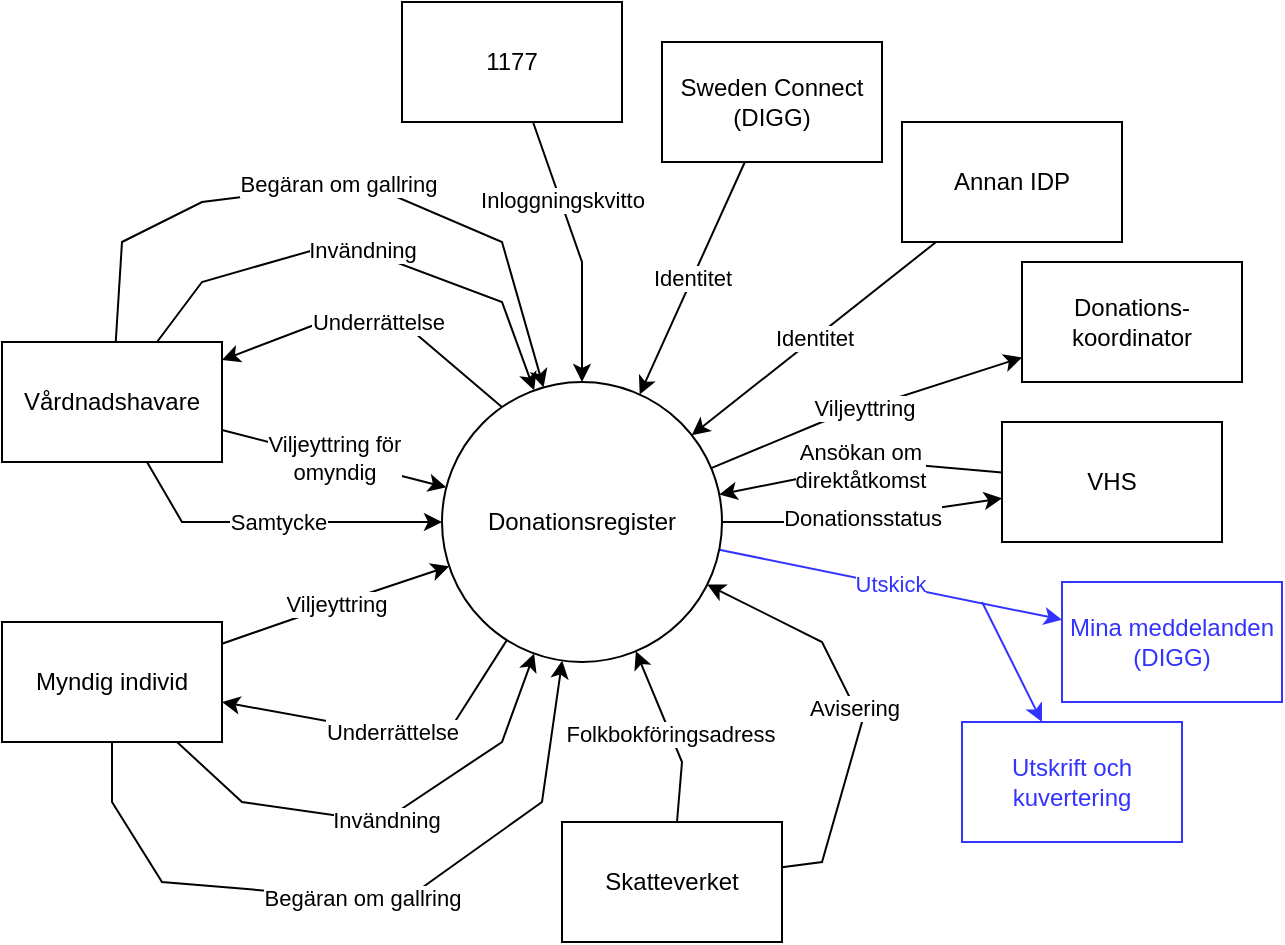
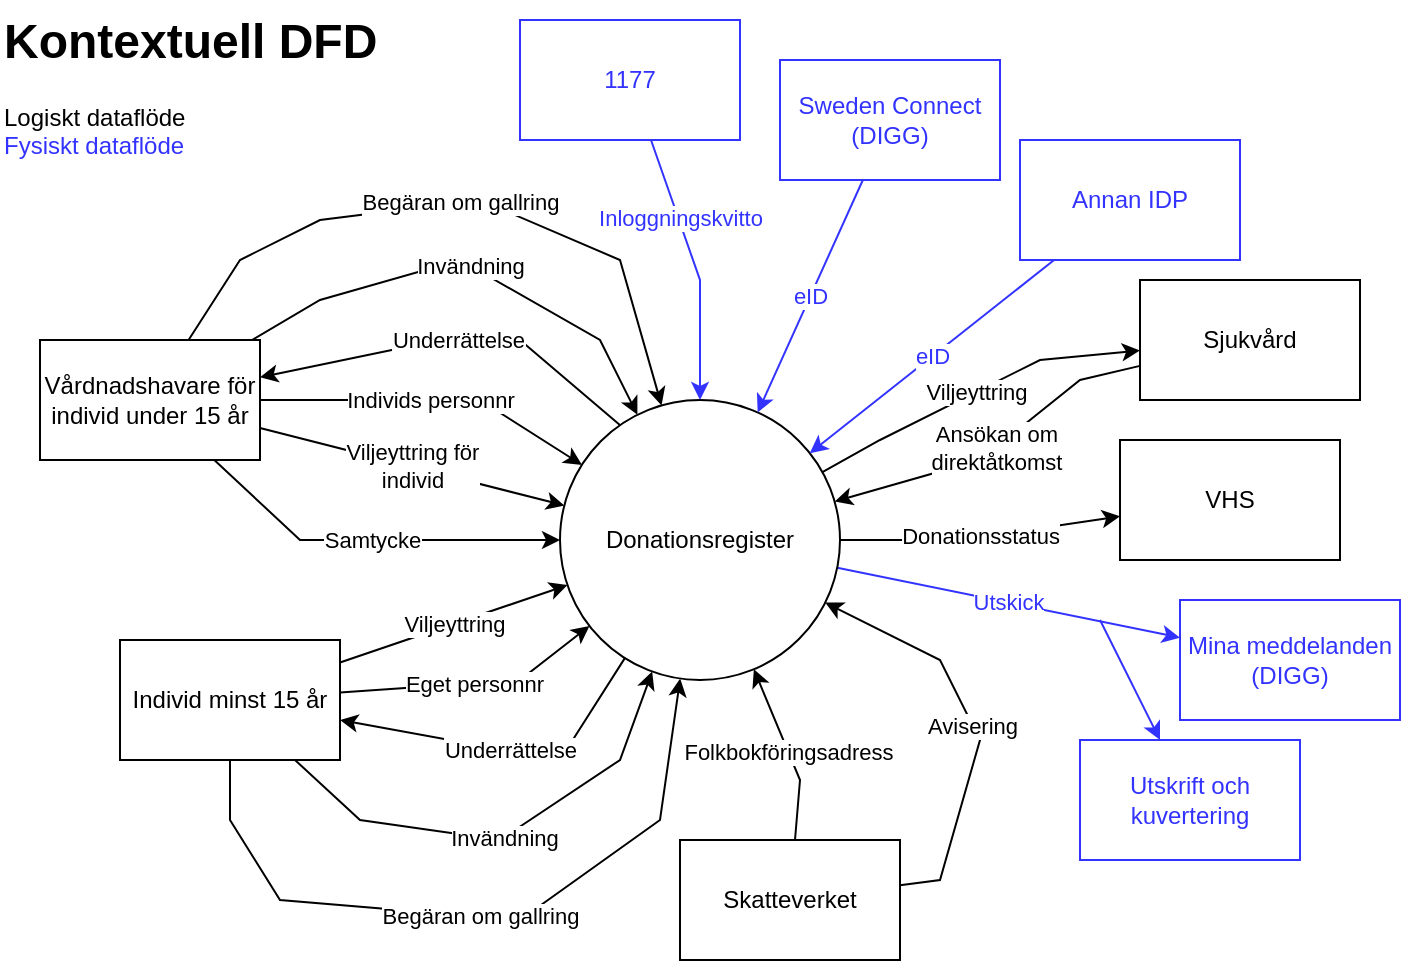
<mxfile host="app.diagrams.net">
  <diagram name="Sida-1" id="F3DC_KPKV7Cfi4B8QXFW">
-     <mxGraphModel dx="945" dy="534" grid="1" gridSize="10" guides="1" tooltips="1" connect="1" arrows="1" fold="1" page="1" pageScale="1" pageWidth="1654" pageHeight="1169" math="0" shadow="0">
+     <mxGraphModel dx="945" dy="534" grid="1" gridSize="10" guides="1" tooltips="1" connect="1" arrows="1" fold="1" page="1" pageScale="1" pageWidth="827" pageHeight="1169" math="0" shadow="0">
      <root>
        <mxCell id="0" />
        <mxCell id="1" parent="0" />
        <mxCell id="8-SjN_EHFgN-SorVCnXN-8" edge="1" parent="1" source="8-SjN_EHFgN-SorVCnXN-1" style="edgeStyle=none;shape=connector;rounded=0;orthogonalLoop=1;jettySize=auto;html=1;strokeColor=default;align=center;verticalAlign=middle;fontFamily=Helvetica;fontSize=11;fontColor=default;labelBackgroundColor=default;endArrow=classic;exitX=0.238;exitY=0.11;exitDx=0;exitDy=0;exitPerimeter=0;" target="8-SjN_EHFgN-SorVCnXN-2" value="Underrättelse">
          <mxGeometry relative="1" as="geometry">
            <Array as="points">
-               <mxPoint x="270" y="300" />
-               <mxPoint x="230" y="300" />
+               <mxPoint x="300" y="210" />
+               <mxPoint x="260" y="210" />
            </Array>
          </mxGeometry>
        </mxCell>
        <mxCell id="8-SjN_EHFgN-SorVCnXN-9" edge="1" parent="1" source="8-SjN_EHFgN-SorVCnXN-1" style="edgeStyle=none;shape=connector;rounded=0;orthogonalLoop=1;jettySize=auto;html=1;strokeColor=default;align=center;verticalAlign=middle;fontFamily=Helvetica;fontSize=11;fontColor=default;labelBackgroundColor=default;endArrow=classic;" target="8-SjN_EHFgN-SorVCnXN-4" value="Underrättelse">
          <mxGeometry relative="1" as="geometry">
            <Array as="points">
-               <mxPoint x="290" y="510" />
+               <mxPoint x="320" y="420" />
            </Array>
          </mxGeometry>
        </mxCell>
        <mxCell id="vmO4fVELBJI4xzzginw8-5" edge="1" parent="1" source="8-SjN_EHFgN-SorVCnXN-1" style="edgeStyle=none;shape=connector;rounded=0;orthogonalLoop=1;jettySize=auto;html=1;strokeColor=default;align=center;verticalAlign=middle;fontFamily=Helvetica;fontSize=11;fontColor=default;labelBackgroundColor=default;endArrow=classic;" target="vmO4fVELBJI4xzzginw8-4" value="Donationsstatus">
          <mxGeometry relative="1" as="geometry">
            <Array as="points">
-               <mxPoint x="490" y="400" />
+               <mxPoint x="520" y="310" />
            </Array>
          </mxGeometry>
        </mxCell>
        <mxCell id="vmO4fVELBJI4xzzginw8-6" edge="1" parent="1" source="8-SjN_EHFgN-SorVCnXN-1" style="edgeStyle=none;shape=connector;rounded=0;orthogonalLoop=1;jettySize=auto;html=1;strokeColor=default;align=center;verticalAlign=middle;fontFamily=Helvetica;fontSize=11;fontColor=default;labelBackgroundColor=default;endArrow=classic;" target="vmO4fVELBJI4xzzginw8-3" value="Viljeyttring">
          <mxGeometry relative="1" as="geometry">
            <Array as="points">
-               <mxPoint x="480" y="350" />
+               <mxPoint x="480" y="260" />
+               <mxPoint x="560" y="220" />
            </Array>
          </mxGeometry>
        </mxCell>
        <mxCell id="vmO4fVELBJI4xzzginw8-18" edge="1" parent="1" source="8-SjN_EHFgN-SorVCnXN-1" style="edgeStyle=none;shape=connector;rounded=0;orthogonalLoop=1;jettySize=auto;html=1;strokeColor=#3333FF;align=center;verticalAlign=middle;fontFamily=Helvetica;fontSize=11;fontColor=#3333FF;labelBackgroundColor=default;endArrow=classic;" target="vmO4fVELBJI4xzzginw8-14" value="Utskick">
          <mxGeometry relative="1" as="geometry" />
        </mxCell>
        <mxCell id="vmO4fVELBJI4xzzginw8-19" edge="1" parent="1" style="edgeStyle=none;shape=connector;rounded=0;orthogonalLoop=1;jettySize=auto;html=1;strokeColor=#3333FF;align=center;verticalAlign=middle;fontFamily=Helvetica;fontSize=11;fontColor=#3333FF;labelBackgroundColor=default;endArrow=classic;" target="vmO4fVELBJI4xzzginw8-17">
          <mxGeometry relative="1" as="geometry">
-             <mxPoint x="560" y="440" as="sourcePoint" />
+             <mxPoint x="590" y="350" as="sourcePoint" />
          </mxGeometry>
        </mxCell>
        <mxCell id="8-SjN_EHFgN-SorVCnXN-1" parent="1" style="ellipse;whiteSpace=wrap;html=1;aspect=fixed;" value="Donationsregister" vertex="1">
-           <mxGeometry height="140" width="140" x="290" y="330" as="geometry" />
+           <mxGeometry height="140" width="140" x="320" y="240" as="geometry" />
        </mxCell>
-         <mxCell id="8-SjN_EHFgN-SorVCnXN-5" edge="1" parent="1" source="8-SjN_EHFgN-SorVCnXN-2" style="rounded=0;orthogonalLoop=1;jettySize=auto;html=1;strokeColor=default;align=center;verticalAlign=middle;fontFamily=Helvetica;fontSize=11;fontColor=default;labelBackgroundColor=default;endArrow=classic;" target="8-SjN_EHFgN-SorVCnXN-1" value="Viljeyttring för&lt;div&gt;omyndig&lt;/div&gt;">
+         <mxCell id="8-SjN_EHFgN-SorVCnXN-5" edge="1" parent="1" source="8-SjN_EHFgN-SorVCnXN-2" style="rounded=0;orthogonalLoop=1;jettySize=auto;html=1;strokeColor=default;align=center;verticalAlign=middle;fontFamily=Helvetica;fontSize=11;fontColor=default;labelBackgroundColor=default;endArrow=classic;" target="8-SjN_EHFgN-SorVCnXN-1" value="Viljeyttring för&lt;div&gt;individ&lt;/div&gt;">
          <mxGeometry relative="1" as="geometry" />
        </mxCell>
        <mxCell id="vmO4fVELBJI4xzzginw8-1" edge="1" parent="1" source="8-SjN_EHFgN-SorVCnXN-2" style="edgeStyle=none;shape=connector;rounded=0;orthogonalLoop=1;jettySize=auto;html=1;strokeColor=default;align=center;verticalAlign=middle;fontFamily=Helvetica;fontSize=11;fontColor=default;labelBackgroundColor=default;endArrow=classic;curved=0;" target="8-SjN_EHFgN-SorVCnXN-1" value="Invändning">
          <mxGeometry relative="1" as="geometry">
            <Array as="points">
-               <mxPoint x="170" y="280" />
-               <mxPoint x="240" y="260" />
-               <mxPoint x="320" y="290" />
+               <mxPoint x="200" y="190" />
+               <mxPoint x="270" y="170" />
+               <mxPoint x="340" y="210" />
            </Array>
          </mxGeometry>
        </mxCell>
        <mxCell id="vmO4fVELBJI4xzzginw8-29" edge="1" parent="1" source="8-SjN_EHFgN-SorVCnXN-2" style="edgeStyle=none;shape=connector;rounded=0;orthogonalLoop=1;jettySize=auto;html=1;strokeColor=default;align=center;verticalAlign=middle;fontFamily=Helvetica;fontSize=11;fontColor=default;labelBackgroundColor=default;endArrow=classic;" target="8-SjN_EHFgN-SorVCnXN-1" value="Samtycke">
          <mxGeometry relative="1" as="geometry">
            <Array as="points">
-               <mxPoint x="160" y="400" />
+               <mxPoint x="190" y="310" />
            </Array>
          </mxGeometry>
        </mxCell>
        <mxCell id="vmO4fVELBJI4xzzginw8-31" edge="1" parent="1" source="8-SjN_EHFgN-SorVCnXN-2" style="edgeStyle=none;shape=connector;rounded=0;orthogonalLoop=1;jettySize=auto;html=1;strokeColor=default;align=center;verticalAlign=middle;fontFamily=Helvetica;fontSize=11;fontColor=default;labelBackgroundColor=default;endArrow=classic;" target="8-SjN_EHFgN-SorVCnXN-1" value="Begäran om gallring">
          <mxGeometry relative="1" as="geometry">
            <Array as="points">
-               <mxPoint x="130" y="260" />
-               <mxPoint x="170" y="240" />
-               <mxPoint x="250" y="230" />
-               <mxPoint x="320" y="260" />
+               <mxPoint x="160" y="170" />
+               <mxPoint x="200" y="150" />
+               <mxPoint x="280" y="140" />
+               <mxPoint x="350" y="170" />
            </Array>
          </mxGeometry>
        </mxCell>
-         <mxCell id="8-SjN_EHFgN-SorVCnXN-2" parent="1" style="rounded=0;whiteSpace=wrap;html=1;" value="Vårdnadshavare" vertex="1">
-           <mxGeometry height="60" width="110" x="70" y="310" as="geometry" />
+         <mxCell id="8-SjN_EHFgN-SorVCnXN-2" parent="1" style="rounded=0;whiteSpace=wrap;html=1;" value="Vårdnadshavare för individ under 15 år" vertex="1">
+           <mxGeometry height="60" width="110" x="60" y="210" as="geometry" />
        </mxCell>
        <mxCell id="8-SjN_EHFgN-SorVCnXN-7" edge="1" parent="1" source="8-SjN_EHFgN-SorVCnXN-4" style="shape=connector;rounded=0;orthogonalLoop=1;jettySize=auto;html=1;strokeColor=default;align=center;verticalAlign=middle;fontFamily=Helvetica;fontSize=11;fontColor=default;labelBackgroundColor=default;endArrow=classic;" target="8-SjN_EHFgN-SorVCnXN-1" value="Viljeyttring">
          <mxGeometry relative="1" as="geometry">
-             <Array as="points">
-               <mxPoint x="240" y="440" />
-             </Array>
+             <Array as="points" />
          </mxGeometry>
        </mxCell>
        <mxCell id="vmO4fVELBJI4xzzginw8-2" edge="1" parent="1" source="8-SjN_EHFgN-SorVCnXN-4" style="edgeStyle=none;shape=connector;rounded=0;orthogonalLoop=1;jettySize=auto;html=1;strokeColor=default;align=center;verticalAlign=middle;fontFamily=Helvetica;fontSize=11;fontColor=default;labelBackgroundColor=default;endArrow=classic;" target="8-SjN_EHFgN-SorVCnXN-1" value="Invändning">
          <mxGeometry relative="1" as="geometry">
            <Array as="points">
-               <mxPoint x="190" y="540" />
-               <mxPoint x="260" y="550" />
-               <mxPoint x="320" y="510" />
+               <mxPoint x="220" y="450" />
+               <mxPoint x="290" y="460" />
+               <mxPoint x="350" y="420" />
            </Array>
          </mxGeometry>
        </mxCell>
        <mxCell id="vmO4fVELBJI4xzzginw8-32" edge="1" parent="1" source="8-SjN_EHFgN-SorVCnXN-4" style="edgeStyle=none;shape=connector;rounded=0;orthogonalLoop=1;jettySize=auto;html=1;strokeColor=default;align=center;verticalAlign=middle;fontFamily=Helvetica;fontSize=11;fontColor=default;labelBackgroundColor=default;endArrow=classic;" target="8-SjN_EHFgN-SorVCnXN-1" value="Begäran om gallring">
          <mxGeometry relative="1" as="geometry">
            <Array as="points">
-               <mxPoint x="125" y="540" />
-               <mxPoint x="150" y="580" />
-               <mxPoint x="270" y="590" />
-               <mxPoint x="340" y="540" />
+               <mxPoint x="155" y="450" />
+               <mxPoint x="180" y="490" />
+               <mxPoint x="300" y="500" />
+               <mxPoint x="370" y="450" />
            </Array>
          </mxGeometry>
        </mxCell>
-         <mxCell id="8-SjN_EHFgN-SorVCnXN-4" parent="1" style="rounded=0;whiteSpace=wrap;html=1;" value="Myndig individ" vertex="1">
-           <mxGeometry height="60" width="110" x="70" y="450" as="geometry" />
+         <mxCell id="8-SjN_EHFgN-SorVCnXN-4" parent="1" style="rounded=0;whiteSpace=wrap;html=1;" value="Individ minst 15 år" vertex="1">
+           <mxGeometry height="60" width="110" x="100" y="360" as="geometry" />
        </mxCell>
-         <mxCell id="vmO4fVELBJI4xzzginw8-3" parent="1" style="rounded=0;whiteSpace=wrap;html=1;" value="Donations-&lt;span style=&quot;background-color: transparent; color: light-dark(rgb(0, 0, 0), rgb(255, 255, 255));&quot;&gt;koordinator&lt;/span&gt;" vertex="1">
-           <mxGeometry height="60" width="110" x="580" y="270" as="geometry" />
+         <mxCell id="vmO4fVELBJI4xzzginw8-3" parent="1" style="rounded=0;whiteSpace=wrap;html=1;" value="Sjukvård" vertex="1">
+           <mxGeometry height="60" width="110" x="610" y="180" as="geometry" />
        </mxCell>
-         <mxCell id="vmO4fVELBJI4xzzginw8-30" edge="1" parent="1" source="vmO4fVELBJI4xzzginw8-4" style="edgeStyle=none;shape=connector;rounded=0;orthogonalLoop=1;jettySize=auto;html=1;strokeColor=default;align=center;verticalAlign=middle;fontFamily=Helvetica;fontSize=11;fontColor=default;labelBackgroundColor=default;endArrow=classic;" target="8-SjN_EHFgN-SorVCnXN-1" value="Ansökan om&lt;div&gt;direktåtkomst&lt;/div&gt;">
+         <mxCell id="vmO4fVELBJI4xzzginw8-30" edge="1" parent="1" source="vmO4fVELBJI4xzzginw8-3" style="edgeStyle=none;shape=connector;rounded=0;orthogonalLoop=1;jettySize=auto;html=1;strokeColor=default;align=center;verticalAlign=middle;fontFamily=Helvetica;fontSize=11;fontColor=default;labelBackgroundColor=default;endArrow=classic;" target="8-SjN_EHFgN-SorVCnXN-1" value="Ansökan om&lt;div&gt;direktåtkomst&lt;/div&gt;">
          <mxGeometry relative="1" as="geometry">
            <Array as="points">
-               <mxPoint x="510" y="370" />
+               <mxPoint x="580" y="230" />
+               <mxPoint x="530" y="270" />
            </Array>
          </mxGeometry>
        </mxCell>
        <mxCell id="vmO4fVELBJI4xzzginw8-4" parent="1" style="rounded=0;whiteSpace=wrap;html=1;" value="VHS" vertex="1">
-           <mxGeometry height="60" width="110" x="570" y="350" as="geometry" />
+           <mxGeometry height="60" width="110" x="600" y="260" as="geometry" />
        </mxCell>
        <mxCell id="vmO4fVELBJI4xzzginw8-9" edge="1" parent="1" source="vmO4fVELBJI4xzzginw8-7" style="edgeStyle=none;shape=connector;rounded=0;orthogonalLoop=1;jettySize=auto;html=1;strokeColor=default;align=center;verticalAlign=middle;fontFamily=Helvetica;fontSize=11;fontColor=default;labelBackgroundColor=default;endArrow=classic;" target="8-SjN_EHFgN-SorVCnXN-1" value="Folkbokföringsadress">
          <mxGeometry relative="1" as="geometry">
            <Array as="points">
-               <mxPoint x="410" y="520" />
+               <mxPoint x="440" y="430" />
            </Array>
          </mxGeometry>
        </mxCell>
        <mxCell id="vmO4fVELBJI4xzzginw8-16" edge="1" parent="1" source="vmO4fVELBJI4xzzginw8-7" style="edgeStyle=none;shape=connector;rounded=0;orthogonalLoop=1;jettySize=auto;html=1;strokeColor=default;align=center;verticalAlign=middle;fontFamily=Helvetica;fontSize=11;fontColor=default;labelBackgroundColor=default;endArrow=classic;" target="8-SjN_EHFgN-SorVCnXN-1" value="Avisering">
          <mxGeometry relative="1" as="geometry">
            <Array as="points">
-               <mxPoint x="480" y="570" />
-               <mxPoint x="500" y="500" />
-               <mxPoint x="480" y="460" />
+               <mxPoint x="510" y="480" />
+               <mxPoint x="530" y="410" />
+               <mxPoint x="510" y="370" />
            </Array>
          </mxGeometry>
        </mxCell>
        <mxCell id="vmO4fVELBJI4xzzginw8-7" parent="1" style="rounded=0;whiteSpace=wrap;html=1;" value="Skatteverket" vertex="1">
-           <mxGeometry height="60" width="110" x="350" y="550" as="geometry" />
+           <mxGeometry height="60" width="110" x="380" y="460" as="geometry" />
        </mxCell>
-         <mxCell id="vmO4fVELBJI4xzzginw8-11" edge="1" parent="1" source="vmO4fVELBJI4xzzginw8-10" style="edgeStyle=none;shape=connector;rounded=0;orthogonalLoop=1;jettySize=auto;html=1;strokeColor=default;align=center;verticalAlign=middle;fontFamily=Helvetica;fontSize=11;fontColor=default;labelBackgroundColor=default;endArrow=classic;" target="8-SjN_EHFgN-SorVCnXN-1" value="Identitet">
+         <mxCell id="vmO4fVELBJI4xzzginw8-11" edge="1" parent="1" source="vmO4fVELBJI4xzzginw8-10" style="edgeStyle=none;shape=connector;rounded=0;orthogonalLoop=1;jettySize=auto;html=1;strokeColor=#3333FF;align=center;verticalAlign=middle;fontFamily=Helvetica;fontSize=11;fontColor=#3333FF;labelBackgroundColor=default;endArrow=classic;" target="8-SjN_EHFgN-SorVCnXN-1" value="eID">
          <mxGeometry relative="1" as="geometry" />
        </mxCell>
-         <mxCell id="vmO4fVELBJI4xzzginw8-10" parent="1" style="rounded=0;whiteSpace=wrap;html=1;" value="Sweden Connect (DIGG)" vertex="1">
-           <mxGeometry height="60" width="110" x="400" y="160" as="geometry" />
+         <mxCell id="vmO4fVELBJI4xzzginw8-10" parent="1" style="rounded=0;whiteSpace=wrap;html=1;strokeColor=#3333FF;align=center;verticalAlign=middle;fontFamily=Helvetica;fontSize=12;fontColor=#3333FF;fillColor=default;" value="Sweden Connect (DIGG)" vertex="1">
+           <mxGeometry height="60" width="110" x="430" y="70" as="geometry" />
        </mxCell>
-         <mxCell id="vmO4fVELBJI4xzzginw8-13" edge="1" parent="1" source="vmO4fVELBJI4xzzginw8-12" style="edgeStyle=none;shape=connector;rounded=0;orthogonalLoop=1;jettySize=auto;html=1;strokeColor=default;align=center;verticalAlign=middle;fontFamily=Helvetica;fontSize=11;fontColor=default;labelBackgroundColor=default;endArrow=classic;" target="8-SjN_EHFgN-SorVCnXN-1" value="Identitet">
+         <mxCell id="vmO4fVELBJI4xzzginw8-13" edge="1" parent="1" source="vmO4fVELBJI4xzzginw8-12" style="edgeStyle=none;shape=connector;rounded=0;orthogonalLoop=1;jettySize=auto;html=1;strokeColor=#3333FF;align=center;verticalAlign=middle;fontFamily=Helvetica;fontSize=11;fontColor=#3333FF;labelBackgroundColor=default;endArrow=classic;" target="8-SjN_EHFgN-SorVCnXN-1" value="eID">
          <mxGeometry relative="1" as="geometry" />
        </mxCell>
-         <mxCell id="vmO4fVELBJI4xzzginw8-12" parent="1" style="rounded=0;whiteSpace=wrap;html=1;" value="Annan IDP" vertex="1">
-           <mxGeometry height="60" width="110" x="520" y="200" as="geometry" />
+         <mxCell id="vmO4fVELBJI4xzzginw8-12" parent="1" style="rounded=0;whiteSpace=wrap;html=1;strokeColor=#3333FF;align=center;verticalAlign=middle;fontFamily=Helvetica;fontSize=12;fontColor=#3333FF;fillColor=default;" value="Annan IDP" vertex="1">
+           <mxGeometry height="60" width="110" x="550" y="110" as="geometry" />
        </mxCell>
        <mxCell id="vmO4fVELBJI4xzzginw8-14" parent="1" style="rounded=0;whiteSpace=wrap;html=1;strokeColor=#3333FF;fontColor=#3333FF;" value="Mina meddelanden (DIGG)" vertex="1">
-           <mxGeometry height="60" width="110" x="600" y="430" as="geometry" />
+           <mxGeometry height="60" width="110" x="630" y="340" as="geometry" />
        </mxCell>
        <mxCell id="vmO4fVELBJI4xzzginw8-17" parent="1" style="rounded=0;whiteSpace=wrap;html=1;strokeColor=#3333FF;fontColor=#3333FF;" value="Utskrift och kuvertering" vertex="1">
-           <mxGeometry height="60" width="110" x="550" y="500" as="geometry" />
+           <mxGeometry height="60" width="110" x="580" y="410" as="geometry" />
        </mxCell>
-         <mxCell id="vmO4fVELBJI4xzzginw8-22" edge="1" parent="1" source="vmO4fVELBJI4xzzginw8-21" style="edgeStyle=none;shape=connector;rounded=0;orthogonalLoop=1;jettySize=auto;html=1;strokeColor=default;align=center;verticalAlign=middle;fontFamily=Helvetica;fontSize=11;fontColor=default;labelBackgroundColor=default;endArrow=classic;" target="8-SjN_EHFgN-SorVCnXN-1" value="&lt;span data-path-to-node=&quot;0&quot; data-index-in-node=&quot;24&quot;&gt;Inloggningskvitto&lt;/span&gt;">
+         <mxCell id="vmO4fVELBJI4xzzginw8-22" edge="1" parent="1" source="vmO4fVELBJI4xzzginw8-21" style="edgeStyle=none;shape=connector;rounded=0;orthogonalLoop=1;jettySize=auto;html=1;strokeColor=#3333FF;align=center;verticalAlign=middle;fontFamily=Helvetica;fontSize=11;fontColor=#3333FF;labelBackgroundColor=default;endArrow=classic;" target="8-SjN_EHFgN-SorVCnXN-1" value="&lt;span data-path-to-node=&quot;0&quot; data-index-in-node=&quot;24&quot;&gt;Inloggningskvitto&lt;/span&gt;">
          <mxGeometry relative="1" x="-0.3658" as="geometry">
            <mxPoint y="-1" as="offset" />
            <Array as="points">
-               <mxPoint x="360" y="270" />
+               <mxPoint x="390" y="180" />
            </Array>
          </mxGeometry>
        </mxCell>
-         <mxCell id="vmO4fVELBJI4xzzginw8-21" parent="1" style="rounded=0;whiteSpace=wrap;html=1;" value="1177" vertex="1">
-           <mxGeometry height="60" width="110" x="270" y="140" as="geometry" />
+         <mxCell id="vmO4fVELBJI4xzzginw8-21" parent="1" style="rounded=0;whiteSpace=wrap;html=1;strokeColor=#3333FF;align=center;verticalAlign=middle;fontFamily=Helvetica;fontSize=12;fontColor=#3333FF;fillColor=default;" value="1177" vertex="1">
+           <mxGeometry height="60" width="110" x="300" y="50" as="geometry" />
+         </mxCell>
+         <mxCell id="rN_Xq4Zumf5QhY3kbC1u-1" edge="1" parent="1" source="8-SjN_EHFgN-SorVCnXN-4" style="shape=connector;rounded=0;orthogonalLoop=1;jettySize=auto;html=1;strokeColor=default;align=center;verticalAlign=middle;fontFamily=Helvetica;fontSize=11;fontColor=default;labelBackgroundColor=default;endArrow=classic;" target="8-SjN_EHFgN-SorVCnXN-1" value="Eget personnr">
+           <mxGeometry relative="1" as="geometry">
+             <Array as="points">
+               <mxPoint x="300" y="380" />
+             </Array>
+             <mxPoint x="300" y="418" as="sourcePoint" />
+             <mxPoint x="414" y="380" as="targetPoint" />
+           </mxGeometry>
+         </mxCell>
+         <mxCell id="rN_Xq4Zumf5QhY3kbC1u-2" edge="1" parent="1" source="8-SjN_EHFgN-SorVCnXN-2" style="shape=connector;rounded=0;orthogonalLoop=1;jettySize=auto;html=1;strokeColor=default;align=center;verticalAlign=middle;fontFamily=Helvetica;fontSize=11;fontColor=default;labelBackgroundColor=default;endArrow=classic;" target="8-SjN_EHFgN-SorVCnXN-1" value="Individs personnr">
+           <mxGeometry relative="1" as="geometry">
+             <Array as="points">
+               <mxPoint x="280" y="240" />
+             </Array>
+             <mxPoint x="260" y="288" as="sourcePoint" />
+             <mxPoint x="374" y="250" as="targetPoint" />
+           </mxGeometry>
+         </mxCell>
+         <mxCell id="rN_Xq4Zumf5QhY3kbC1u-4" parent="1" style="text;html=1;whiteSpace=wrap;overflow=hidden;rounded=0;" value="&lt;h1 style=&quot;margin-top: 0px;&quot;&gt;Kontextuell DFD&lt;/h1&gt;&lt;p&gt;Logiskt dataflöde&lt;br&gt;&lt;font style=&quot;color: rgb(51, 51, 255);&quot;&gt;Fysiskt dataflöde&lt;/font&gt;&lt;/p&gt;" vertex="1">
+           <mxGeometry height="95" width="320" x="40" y="40" as="geometry" />
        </mxCell>
      </root>
    </mxGraphModel>
  </diagram>
</mxfile>
